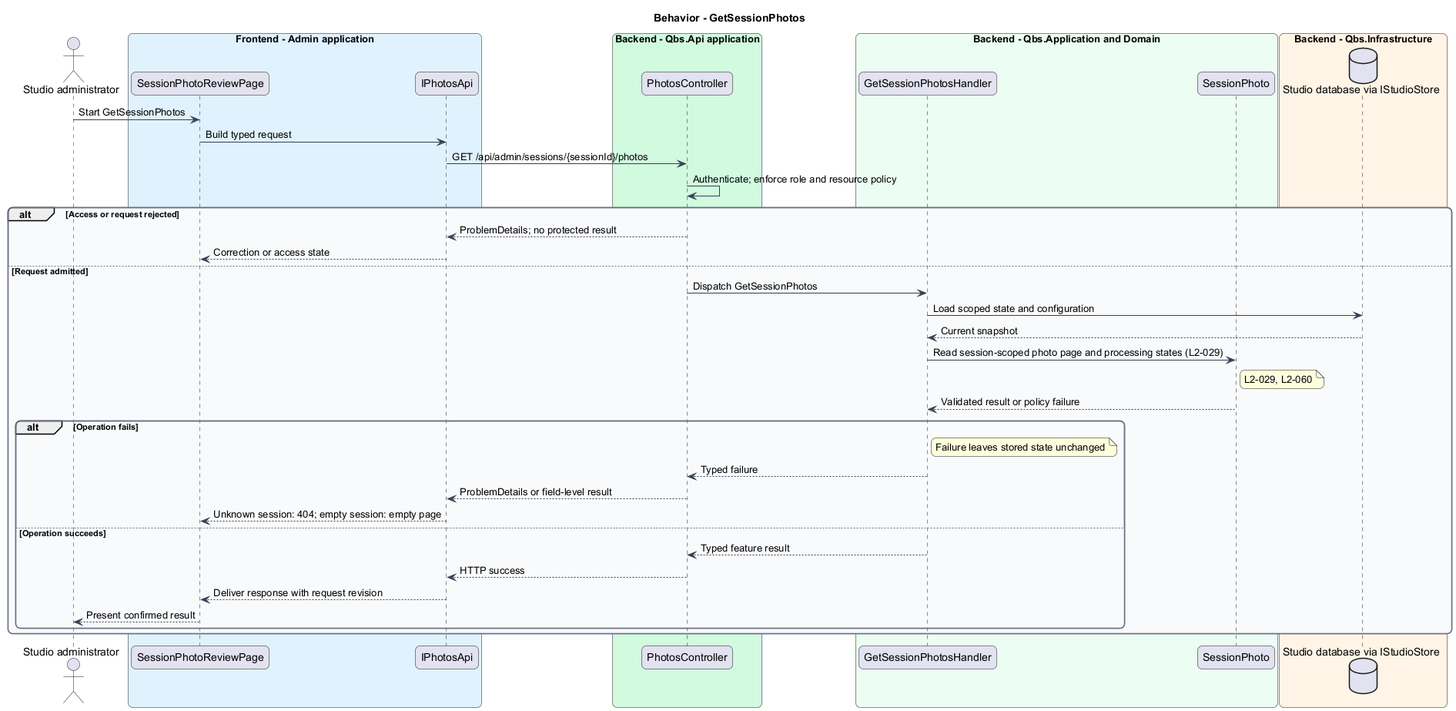
QuinntyneBrown/quinntyne-brown-studio keeps this PlantUML diagram as docs/detailed-designs/session-photos/review-session-photos/diagrams/sequence-get-session-photos.png. Above is the earlier version.
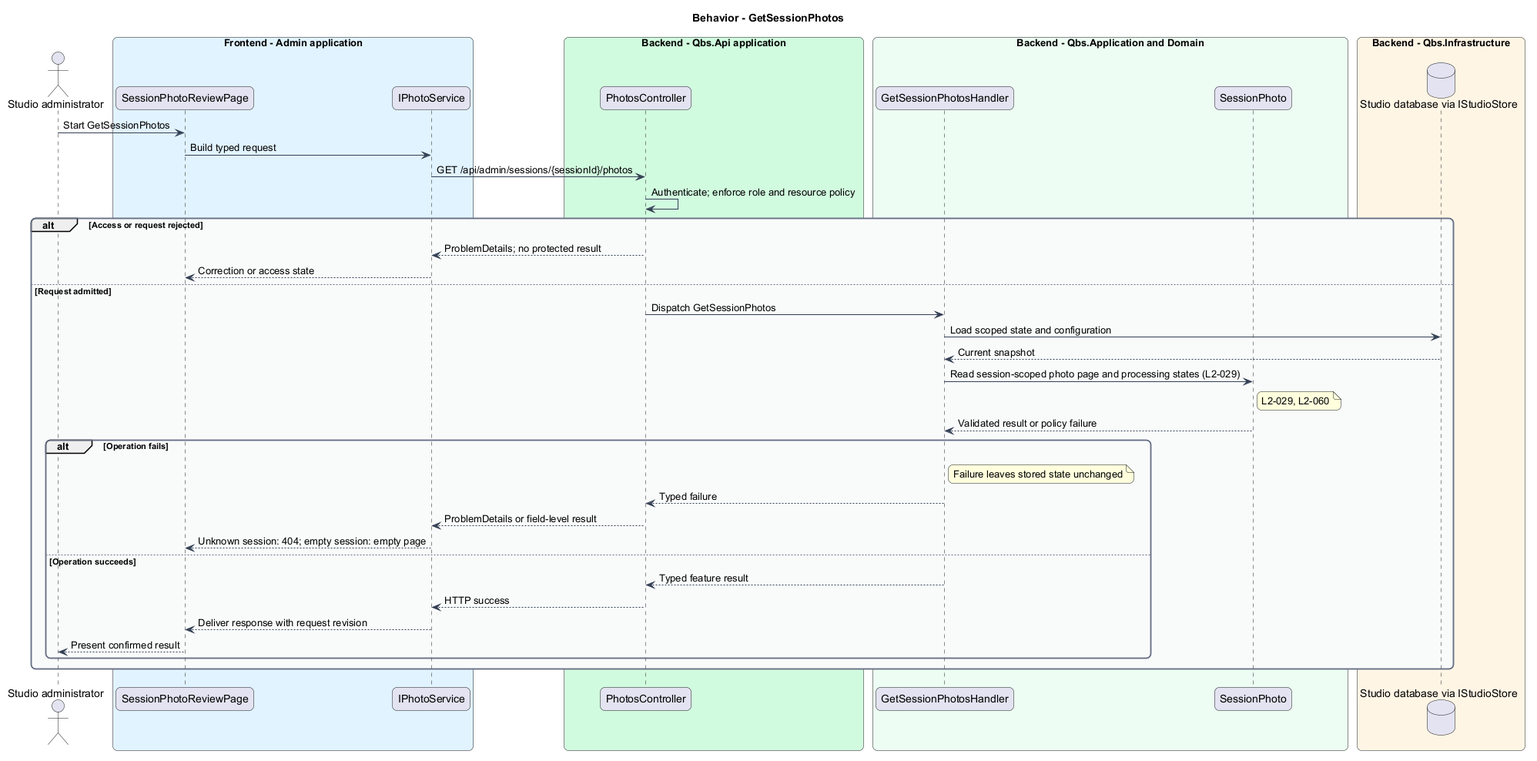
Above is the later version.

The edit, as a diff of the source:
```diff
@@ -17,7 +17,7 @@
 actor "Studio administrator" as actor
 box "Frontend - Admin application" #E0F2FE
  participant "SessionPhotoReviewPage" as page
- participant "IPhotosApi" as client
+ participant "IPhotoService" as client
 end box
 box "Backend - Qbs.Api application" #D1FADF
  participant "PhotosController" as controller
```
